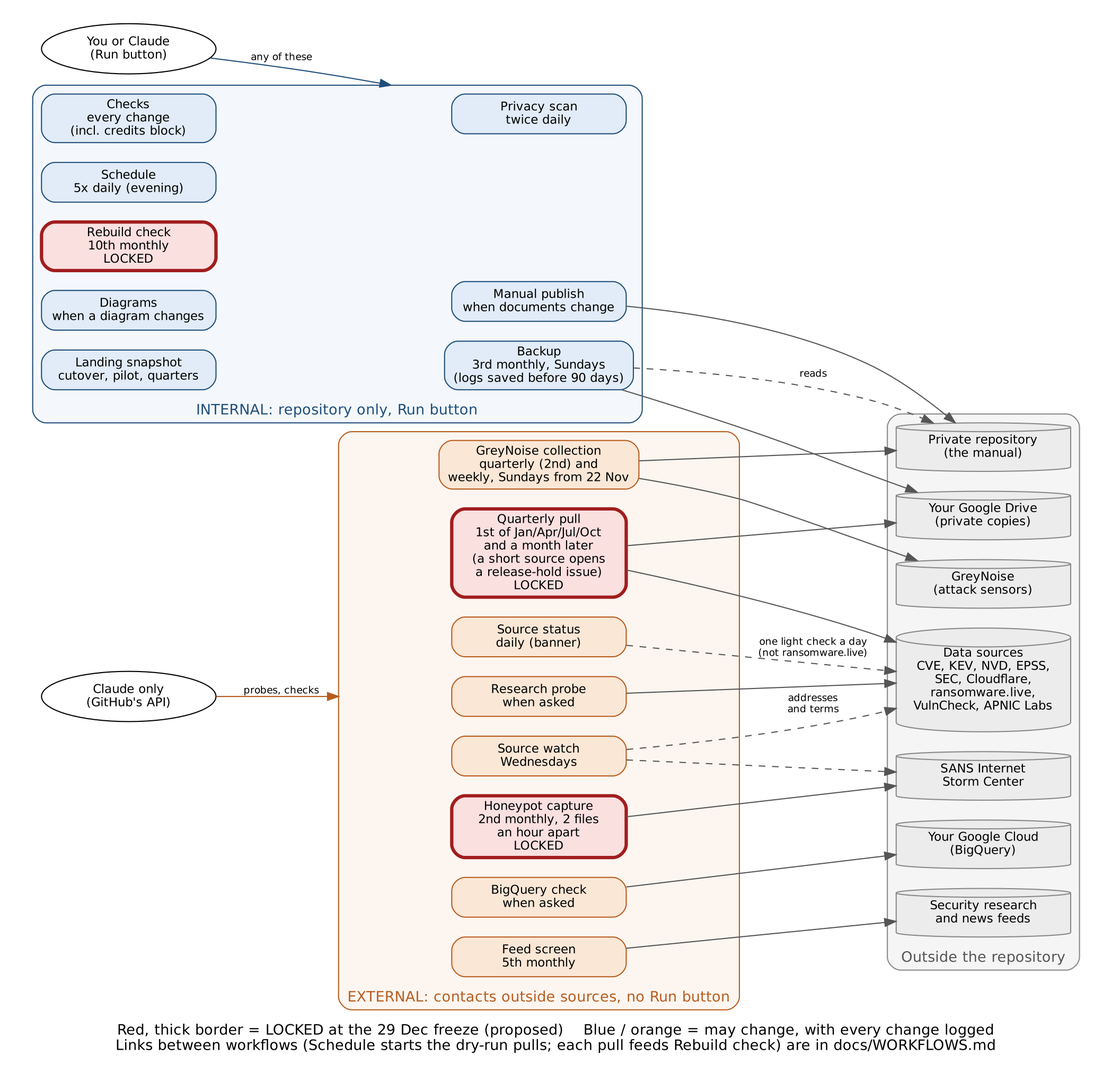
Earlier version of the Graphviz export docs/diagrams/workflow_runs.png (pagagne/internet-security-snapshot). Its source is kept beside it as docs/diagrams/workflow_runs.dot. Source of this version:
```dot
digraph workflows {
  graph [rankdir=LR, fontname="Helvetica", fontsize=13, nodesep=0.25, ranksep=0.7, newrank=true, compound=true, pad=0.3,
         label="Red, thick border = LOCKED at the 29 Dec freeze (proposed)    Blue / orange = may change, with every change logged\nLinks between workflows (Schedule starts the dry-run pulls; each pull feeds Rebuild check) are in docs/WORKFLOWS.md",
         labelloc=b];
  node  [fontname="Helvetica", fontsize=11, shape=box, style="rounded,filled", width=2.2];
  edge  [fontname="Helvetica", fontsize=9, color="#555555"];

  you    [label="You or Claude\n(Run button)", shape=oval, fillcolor="#ffffff"];
  claude [label="Claude only\n(GitHub's API)", shape=oval, fillcolor="#ffffff"];

  subgraph cluster_int {
    label="INTERNAL: repository only, Run button"; style="rounded,filled"; fillcolor="#f4f8fd"; color="#1f4e79"; fontcolor="#1f4e79";
    node [fillcolor="#e1ecf8", color="#1f4e79"];
    checks  [label="Checks\nevery change\n(incl. credits block)"];
    privacy [label="Privacy scan\ntwice daily"];
    sched   [label="Schedule\n5x daily (evening)"];
    rebuild [label="Rebuild check\n10th monthly\nLOCKED", fillcolor="#fbe0e0", color="#a11d1d", penwidth=3];
    diag    [label="Diagrams\nwhen a diagram changes"];
    backup  [label="Backup\n3rd monthly, Sundays\n(logs saved before 90 days)"];
    manual  [label="Manual publish\nwhen documents change"];
    landing [label="Landing snapshot\ncutover, pilot, quarters"];
  }

  subgraph cluster_ext {
    label="EXTERNAL: contacts outside sources, no Run button"; style="rounded,filled"; fillcolor="#fdf6f0"; color="#b85c1e"; fontcolor="#b85c1e";
    node [fillcolor="#fbe7d6", color="#b85c1e"];
    pull  [label="Quarterly pull\n1st of Jan/Apr/Jul/Oct\nand a month later\n(a short source opens\na release-hold issue)\nLOCKED", fillcolor="#fbe0e0", color="#a11d1d", penwidth=3];
    honey [label="Honeypot capture\n2nd monthly, 2 files\nan hour apart\nLOCKED", fillcolor="#fbe0e0", color="#a11d1d", penwidth=3];
    probe [label="Research probe\nwhen asked"];
    gn    [label="GreyNoise collection\nquarterly (2nd) and\nweekly, Sundays from 22 Nov"];
    bq    [label="BigQuery check\nwhen asked"];
    feeds [label="Feed screen\n5th monthly"];
    watch [label="Source watch\nWednesdays"];
    status [label="Source status\ndaily (banner)"];
  }

  subgraph cluster_out {
    label="Outside the repository"; style="rounded,filled"; fillcolor="#f5f5f5"; color="#888888"; fontcolor="#555555";
    node [shape=cylinder, fillcolor="#ececec", color="#888888", style=filled];
    sources [label="Data sources\nCVE, KEV, NVD, EPSS,\nSEC, Cloudflare,\nransomware.live,\nVulnCheck, APNIC Labs"];
    sans    [label="SANS Internet\nStorm Center"];
    gcp     [label="Your Google Cloud\n(BigQuery)"];
    drive   [label="Your Google Drive\n(private copies)"];
    news    [label="Security research\nand news feeds"];
    greynoise [label="GreyNoise\n(attack sensors)"];
    private [label="Private repository\n(the manual)"];
  }

  { rank=same; you; claude; }
    { rank=same; sources; sans; gcp; drive; news; greynoise; private; }
  you -> privacy [lhead=cluster_int, color="#1f4e79", label="any of these"];
  claude -> probe [lhead=cluster_ext, color="#b85c1e", label="probes, checks"];
  pull -> sources; pull -> drive; probe -> sources; honey -> sans; bq -> gcp; backup -> drive; feeds -> news; watch -> sources [style=dashed, label="addresses\nand terms"]; watch -> sans [style=dashed]; status -> sources [style=dashed, label="one light check a day\n(not ransomware.live)"]; manual -> private; gn -> greynoise; gn -> private; backup -> private [style=dashed, label="reads"];
}
```
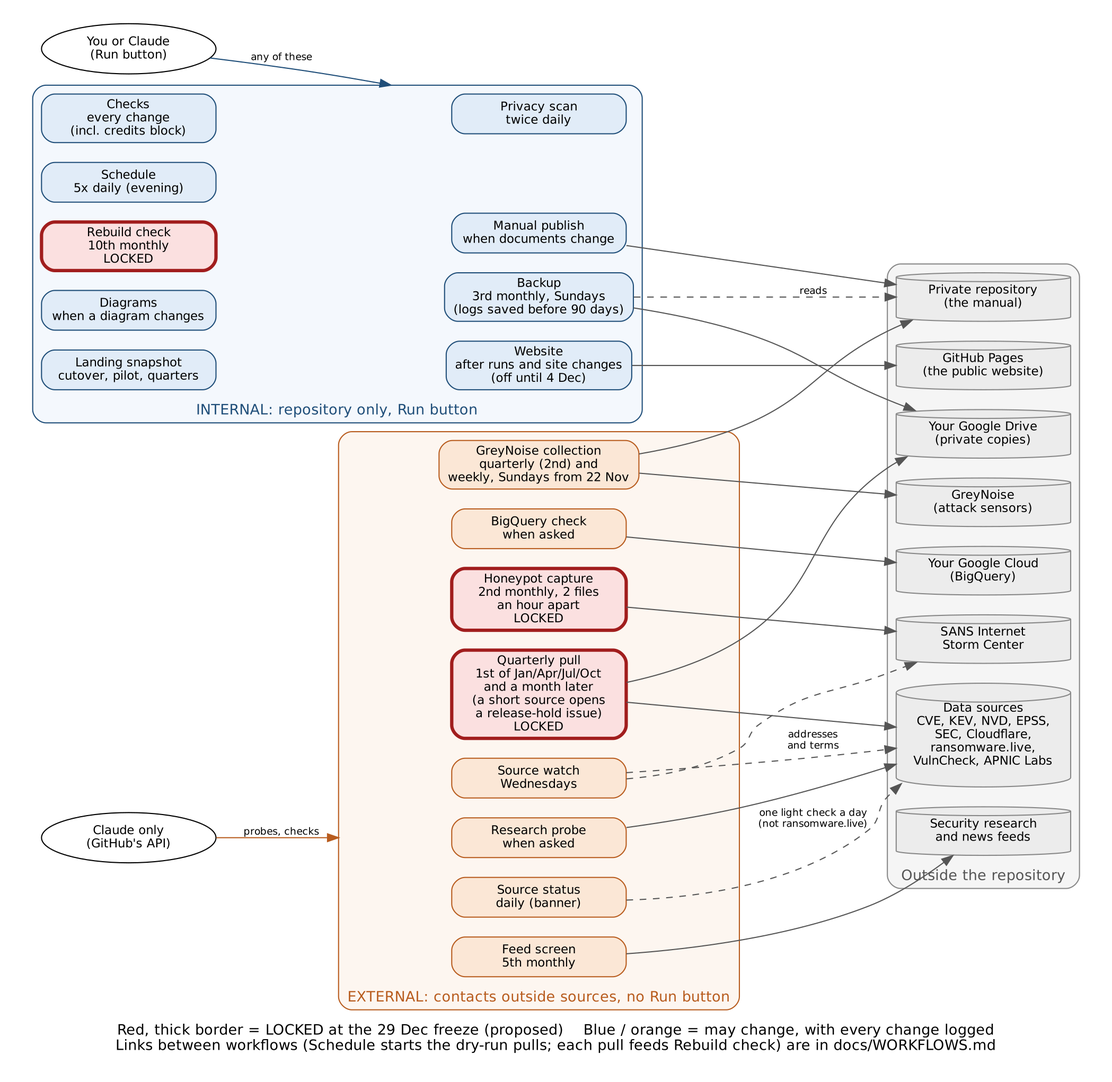
The same file after the commit.

Change to the diagram source:
```diff
@@ -19,6 +19,7 @@
     backup  [label="Backup\n3rd monthly, Sundays\n(logs saved before 90 days)"];
     manual  [label="Manual publish\nwhen documents change"];
     landing [label="Landing snapshot\ncutover, pilot, quarters"];
+    web     [label="Website\nafter runs and site changes\n(off until 4 Dec)"];
   }
 
   subgraph cluster_ext {
@@ -44,11 +45,12 @@
     news    [label="Security research\nand news feeds"];
     greynoise [label="GreyNoise\n(attack sensors)"];
     private [label="Private repository\n(the manual)"];
+    pages   [label="GitHub Pages\n(the public website)"];
   }
 
   { rank=same; you; claude; }
-    { rank=same; sources; sans; gcp; drive; news; greynoise; private; }
+    { rank=same; sources; sans; gcp; drive; news; greynoise; private; pages; }
   you -> privacy [lhead=cluster_int, color="#1f4e79", label="any of these"];
   claude -> probe [lhead=cluster_ext, color="#b85c1e", label="probes, checks"];
-  pull -> sources; pull -> drive; probe -> sources; honey -> sans; bq -> gcp; backup -> drive; feeds -> news; watch -> sources [style=dashed, label="addresses\nand terms"]; watch -> sans [style=dashed]; status -> sources [style=dashed, label="one light check a day\n(not ransomware.live)"]; manual -> private; gn -> greynoise; gn -> private; backup -> private [style=dashed, label="reads"];
+  pull -> sources; pull -> drive; probe -> sources; honey -> sans; bq -> gcp; backup -> drive; feeds -> news; watch -> sources [style=dashed, label="addresses\nand terms"]; watch -> sans [style=dashed]; status -> sources [style=dashed, label="one light check a day\n(not ransomware.live)"]; manual -> private; gn -> greynoise; gn -> private; backup -> private [style=dashed, label="reads"]; web -> pages;
 }
```
